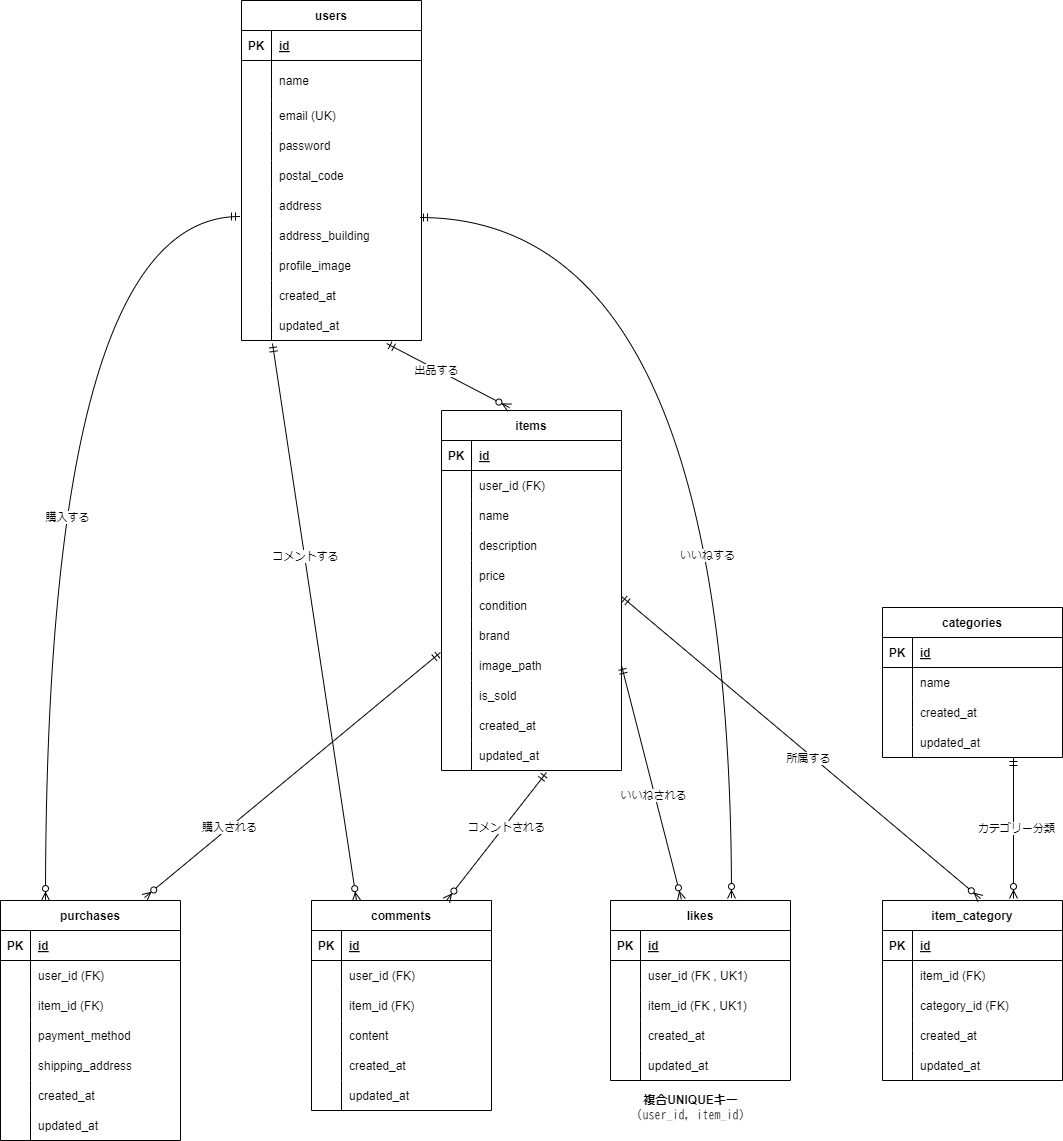
Before: ER.drawio.png, a diagram exported from draw.io (shimodum/mock-project-flea-market-app). Source tidied: cells renumbered, new cells last; positions are measured from the earlier drawing's top-left corner, leaving out a move shared by most shapes.
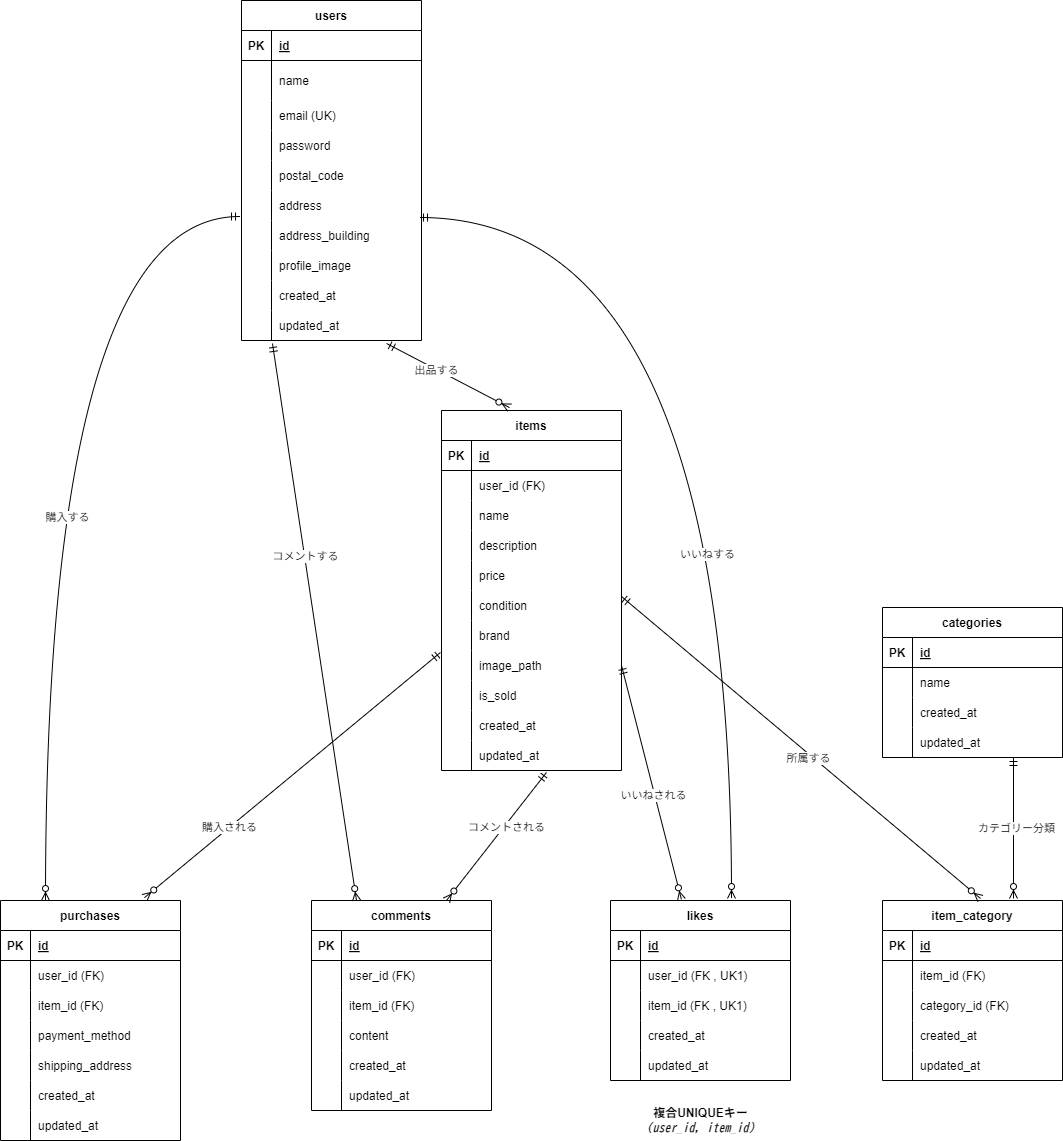
The same file after the commit.

What changed in the source:
```diff
@@ -509,8 +509,8 @@
     <mxCell id="166" value="updated_at" style="shape=partialRectangle;fillColor=none;top=0;left=0;bottom=0;right=0;align=left;spacingLeft=6;overflow=hidden;" parent="164" vertex="1">
       <mxGeometry x="30" width="150" height="30" as="geometry" />
     </mxCell>
-    <mxCell id="167" value="&lt;strong&gt;複合UNIQUEキー&lt;/strong&gt;&lt;br&gt;&lt;code&gt;(user_id, item_id)&lt;/code&gt;" style="text;html=1;align=center;verticalAlign=middle;strokeColor=none;fillColor=none;" parent="1" vertex="1">
-      <mxGeometry x="631" y="1086" width="117" height="41" as="geometry" />
+    <mxCell id="167" value="&lt;strong&gt;複合UNIQUEキー&lt;/strong&gt;&lt;br&gt;&lt;code&gt;&lt;b&gt;&lt;i&gt;(user_id, item_id)&lt;/i&gt;&lt;/b&gt;&lt;/code&gt;" style="text;html=1;align=center;verticalAlign=middle;strokeColor=none;fillColor=none;" parent="1" vertex="1">
+      <mxGeometry x="638.5" y="1099" width="123" height="41" as="geometry" />
     </mxCell>
     <mxCell id="168" style="fontSize=12;html=1;endArrow=ERzeroToMany;startArrow=ERmandOne;" parent="1" edge="1">
       <mxGeometry relative="1" as="geometry">
```
